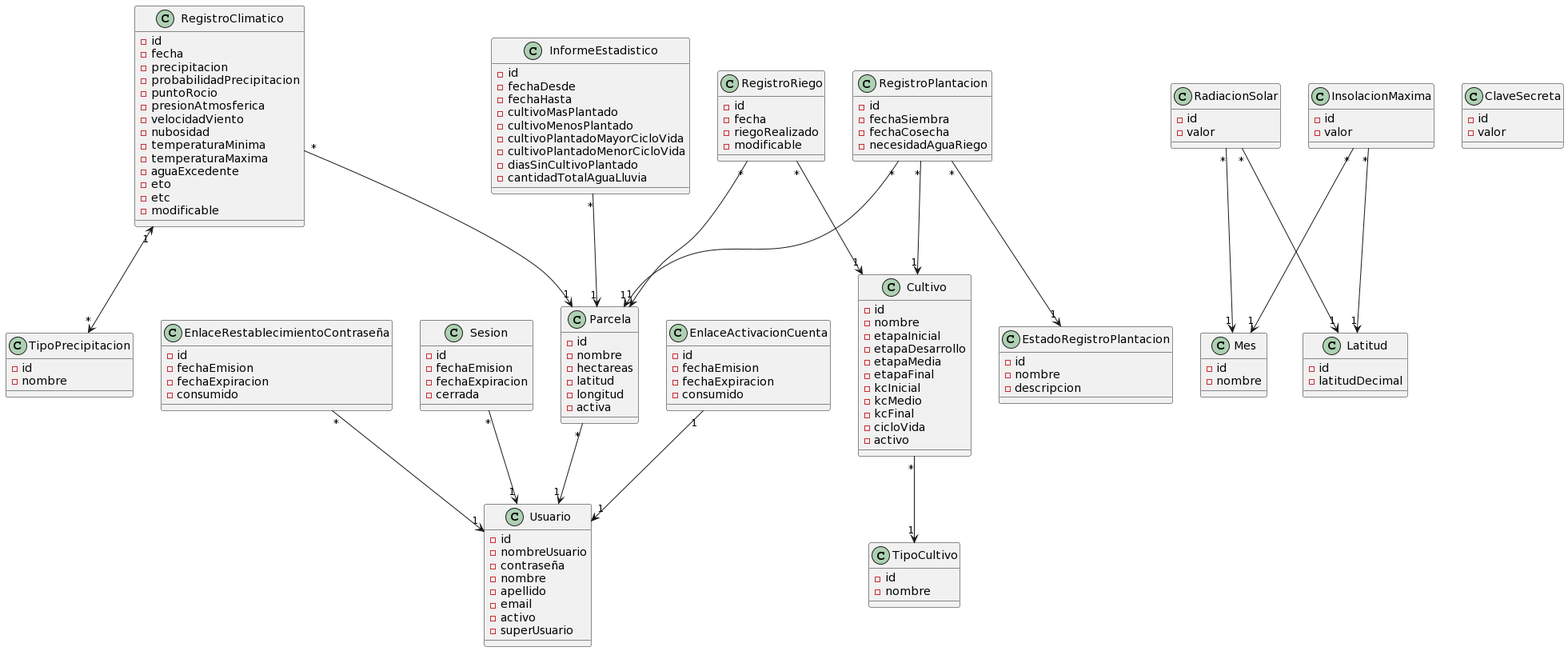
Above: docs/domain model/Modelo de dominio.png in facundopaez-dev/sistema-web-riego (PlantUML), before the change. The source it was exported from:
```plantuml
@startuml
Parcela "*"-->"1" Usuario
InformeEstadistico "*"-->"1" Parcela
RegistroClimatico "*"-->"1" Parcela
RegistroClimatico "1"<-->"*" TipoPrecipitacion
RegistroRiego "*"-->"1" Parcela
RegistroPlantacion "*"-->"1" Parcela
RegistroPlantacion "*"-->"1" Cultivo
RegistroPlantacion "*"-->"1" EstadoRegistroPlantacion
RadiacionSolar "*"-->"1" Mes
RadiacionSolar "*"-->"1" Latitud
InsolacionMaxima "*"-->"1" Mes
InsolacionMaxima "*"-->"1" Latitud
Cultivo "*"-->"1" TipoCultivo
EnlaceActivacionCuenta "1" --> "1" Usuario
EnlaceRestablecimientoContraseña "*" --> "1" Usuario
Sesion "*" --> "1" Usuario
RegistroRiego "*" --> "1" Cultivo

class Parcela {
-id
-nombre
-hectareas
-latitud
-longitud
-activa
}

class InformeEstadistico {
-id
-fechaDesde
-fechaHasta
-cultivoMasPlantado
-cultivoMenosPlantado
-cultivoPlantadoMayorCicloVida
-cultivoPlantadoMenorCicloVida
-diasSinCultivoPlantado
-cantidadTotalAguaLluvia
}

class Cultivo {
-id
-nombre
-etapaInicial
-etapaDesarrollo
-etapaMedia
-etapaFinal
-kcInicial
-kcMedio
-kcFinal
-cicloVida
-activo
}

class TipoCultivo {
-id
-nombre
}

class RegistroClimatico {
-id
-fecha
-precipitacion
-probabilidadPrecipitacion
-puntoRocio
-presionAtmosferica
-velocidadViento
-nubosidad
-temperaturaMinima
-temperaturaMaxima
-aguaExcedente
-eto
-etc
-modificable
}

class TipoPrecipitacion {
-id
-nombre
}

class RegistroPlantacion {
-id
-fechaSiembra
-fechaCosecha
-necesidadAguaRiego
}

class RegistroRiego {
-id
-fecha
-riegoRealizado
-modificable
}

class Usuario {
-id
-nombreUsuario
-contraseña
-nombre
-apellido
-email
-activo
-superUsuario
}

class EstadoRegistroPlantacion {
-id
-nombre
-descripcion
}

class Mes {
-id
-nombre
}

class Latitud {
-id
-latitudDecimal
}

class RadiacionSolar {
-id
-valor
}

class InsolacionMaxima {
-id
-valor
}

class EnlaceActivacionCuenta {
-id
-fechaEmision
-fechaExpiracion
-consumido
}

class EnlaceRestablecimientoContraseña {
-id
-fechaEmision
-fechaExpiracion
-consumido
}

class Sesion {
-id
-fechaEmision
-fechaExpiracion
-cerrada
}

class ClaveSecreta {
-id
-valor
}
@enduml
```
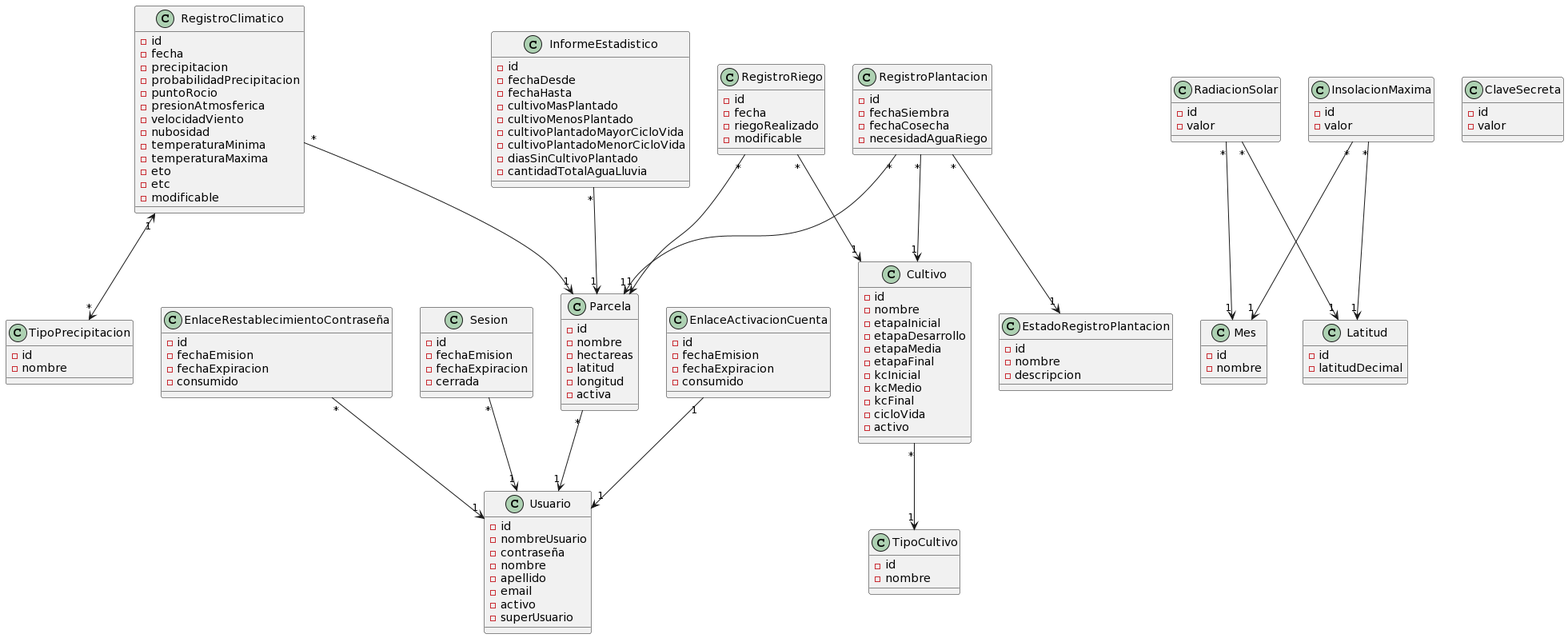
After the commit.

The edit, as a diff of the source:
```diff
@@ -68,7 +68,6 @@
 -nubosidad
 -temperaturaMinima
 -temperaturaMaxima
--aguaExcedente
 -eto
 -etc
 -modificable
```
